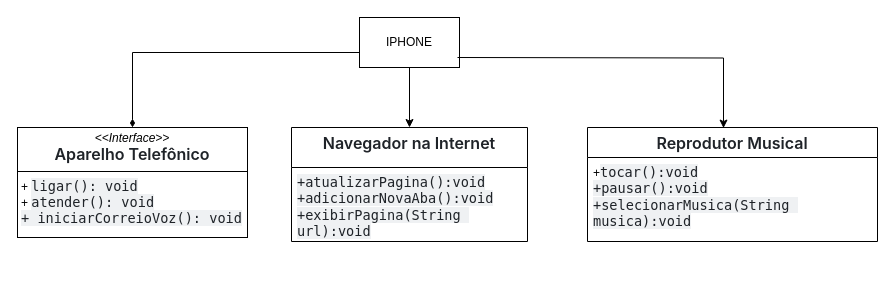
Earlier version of the draw.io diagram poo_iphone.drawio (Gabrieldosanjosdbz/POO-Desafio-iphone). Source tidied: cells renumbered, new cells numbered last; positions are measured from the earlier drawing's top-left corner, leaving out a move shared by most shapes. Both pictures are drawn from the tidied source at 100%, with x=0, y=0 at pixel (17, 17).
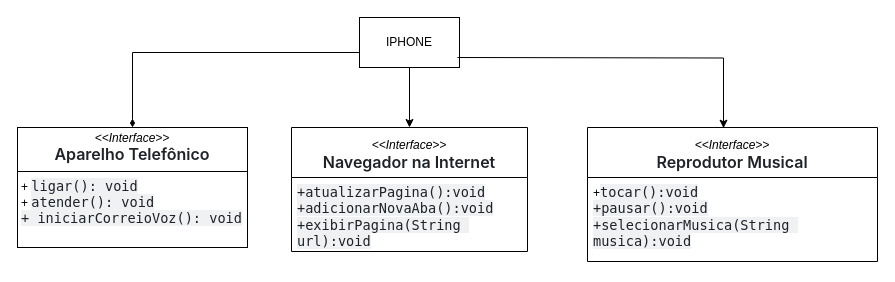
Above is the later version.

Diff of the diagram source:
```diff
@@
 <mxGraphModel>
   <root>
     <mxCell id="0" />
     <mxCell id="1" parent="0" />
     <mxCell id="2" style="edgeStyle=orthogonalEdgeStyle;rounded=0;jettySize=auto;html=1;entryX=0.5;entryY=0;entryDx=0;entryDy=0;endArrow=diamondThin;endFill=1;" parent="1" edge="1" source="4" target="5">
       <mxGeometry relative="1" as="geometry">
         <Array as="points">
           <mxPoint x="115" y="35" />
         </Array>
       </mxGeometry>
     </mxCell>
     <mxCell id="3" style="edgeStyle=orthogonalEdgeStyle;rounded=0;jettySize=auto;html=1;entryX=0.5;entryY=0;entryDx=0;entryDy=0;" parent="1" edge="1" source="4" target="6">
       <mxGeometry relative="1" as="geometry" />
     </mxCell>
     <mxCell id="4" value="IPHONE" style="html=1;whiteSpace=wrap;" parent="1" vertex="1">
       <mxGeometry x="342" width="100" height="50" as="geometry" />
     </mxCell>
     <mxCell id="5" value="&lt;p style=&quot;margin:0px;margin-top:4px;text-align:center;&quot;&gt;&lt;i&gt;&amp;lt;&amp;lt;Interface&amp;gt;&amp;gt;&lt;/i&gt;&lt;br&gt;&lt;span style=&quot;box-sizing: border-box; font-weight: var(--base-text-weight-semibold, 600); color: rgb(31, 35, 40); font-family: -apple-system, BlinkMacSystemFont, &amp;quot;Segoe UI&amp;quot;, &amp;quot;Noto Sans&amp;quot;, Helvetica, Arial, sans-serif, &amp;quot;Apple Color Emoji&amp;quot;, &amp;quot;Segoe UI Emoji&amp;quot;; font-size: 16px; text-align: left; background-color: rgb(255, 255, 255);&quot;&gt;Aparelho Telefônico&lt;/span&gt;&lt;span style=&quot;color: rgb(31, 35, 40); font-family: -apple-system, BlinkMacSystemFont, &amp;quot;Segoe UI&amp;quot;, &amp;quot;Noto Sans&amp;quot;, Helvetica, Arial, sans-serif, &amp;quot;Apple Color Emoji&amp;quot;, &amp;quot;Segoe UI Emoji&amp;quot;; font-size: 16px; text-align: left; background-color: rgb(255, 255, 255);&quot;&gt;&lt;/span&gt;&lt;/p&gt;&lt;ul style=&quot;box-sizing: border-box; padding-left: 2em; margin-top: 0px; margin-bottom: 0px; color: rgb(31, 35, 40); font-family: -apple-system, BlinkMacSystemFont, &amp;quot;Segoe UI&amp;quot;, &amp;quot;Noto Sans&amp;quot;, Helvetica, Arial, sans-serif, &amp;quot;Apple Color Emoji&amp;quot;, &amp;quot;Segoe UI Emoji&amp;quot;; font-size: 16px; background-color: rgb(255, 255, 255);&quot; dir=&quot;auto&quot;&gt;&lt;/ul&gt;&lt;hr size=&quot;1&quot; style=&quot;border-style:solid;&quot;&gt;&lt;p style=&quot;margin:0px;margin-left:4px;&quot;&gt;+&amp;nbsp;&lt;span style=&quot;color: rgb(31, 35, 40); font-family: ui-monospace, SFMono-Regular, &amp;quot;SF Mono&amp;quot;, Menlo, Consolas, &amp;quot;Liberation Mono&amp;quot;, monospace; font-size: 13.6px; white-space-collapse: break-spaces; background-color: rgba(175, 184, 193, 0.2);&quot;&gt;ligar(): void&lt;/span&gt;&lt;br&gt;+&amp;nbsp;&lt;span style=&quot;background-color: rgba(175, 184, 193, 0.2); color: rgb(31, 35, 40); font-family: ui-monospace, SFMono-Regular, &amp;quot;SF Mono&amp;quot;, Menlo, Consolas, &amp;quot;Liberation Mono&amp;quot;, monospace; font-size: 13.6px; white-space-collapse: break-spaces;&quot;&gt;atender(): void&lt;/span&gt;&lt;/p&gt;&lt;p style=&quot;margin:0px;margin-left:4px;&quot;&gt;&lt;span style=&quot;background-color: rgba(175, 184, 193, 0.2); color: rgb(31, 35, 40); font-family: ui-monospace, SFMono-Regular, &amp;quot;SF Mono&amp;quot;, Menlo, Consolas, &amp;quot;Liberation Mono&amp;quot;, monospace; font-size: 13.6px; white-space-collapse: break-spaces;&quot;&gt;+ &lt;/span&gt;&lt;span style=&quot;background-color: rgba(175, 184, 193, 0.2); color: rgb(31, 35, 40); font-family: ui-monospace, SFMono-Regular, &amp;quot;SF Mono&amp;quot;, Menlo, Consolas, &amp;quot;Liberation Mono&amp;quot;, monospace; font-size: 13.6px; white-space-collapse: break-spaces;&quot;&gt;iniciarCorreioVoz(): void&lt;/span&gt;&lt;/p&gt;" style="verticalAlign=top;align=left;overflow=fill;html=1;whiteSpace=wrap;" parent="1" vertex="1">
-      <mxGeometry y="110" width="230" height="110" as="geometry" />
+      <mxGeometry y="110" width="230" height="120" as="geometry" />
     </mxCell>
-    <mxCell id="6" value="&lt;div&gt;&lt;span style=&quot;background-color: rgb(255, 255, 255); color: rgb(31, 35, 40); font-family: -apple-system, BlinkMacSystemFont, &amp;quot;Segoe UI&amp;quot;, &amp;quot;Noto Sans&amp;quot;, Helvetica, Arial, sans-serif, &amp;quot;Apple Color Emoji&amp;quot;, &amp;quot;Segoe UI Emoji&amp;quot;; font-size: 16px; font-weight: var(--base-text-weight-semibold, 600); text-align: left;&quot;&gt;Navegador na Internet&lt;/span&gt;&lt;br&gt;&lt;/div&gt;" style="swimlane;fontStyle=1;align=center;verticalAlign=top;horizontal=1;startSize=40;whiteSpace=wrap;html=1;" parent="1" vertex="1">
-      <mxGeometry x="274" y="110" width="236" height="114" as="geometry" />
+    <mxCell id="6" value="&lt;div&gt;&lt;i style=&quot;font-weight: 400;&quot;&gt;&amp;lt;&amp;lt;Interface&amp;gt;&amp;gt;&lt;/i&gt;&lt;span style=&quot;background-color: rgb(255, 255, 255); color: rgb(31, 35, 40); font-family: -apple-system, BlinkMacSystemFont, &amp;quot;Segoe UI&amp;quot;, &amp;quot;Noto Sans&amp;quot;, Helvetica, Arial, sans-serif, &amp;quot;Apple Color Emoji&amp;quot;, &amp;quot;Segoe UI Emoji&amp;quot;; font-size: 16px; font-weight: var(--base-text-weight-semibold, 600); text-align: left;&quot;&gt;&lt;br&gt;&lt;/span&gt;&lt;/div&gt;&lt;div&gt;&lt;span style=&quot;background-color: rgb(255, 255, 255); color: rgb(31, 35, 40); font-family: -apple-system, BlinkMacSystemFont, &amp;quot;Segoe UI&amp;quot;, &amp;quot;Noto Sans&amp;quot;, Helvetica, Arial, sans-serif, &amp;quot;Apple Color Emoji&amp;quot;, &amp;quot;Segoe UI Emoji&amp;quot;; font-size: 16px; font-weight: var(--base-text-weight-semibold, 600); text-align: left;&quot;&gt;Navegador na Internet&lt;/span&gt;&lt;br&gt;&lt;/div&gt;" style="swimlane;fontStyle=1;align=center;verticalAlign=top;horizontal=1;startSize=50;whiteSpace=wrap;html=1;" parent="1" vertex="1">
+      <mxGeometry x="274" y="110" width="236" height="124" as="geometry" />
     </mxCell>
     <mxCell id="7" value="&lt;span style=&quot;color: rgb(31, 35, 40); font-family: ui-monospace, SFMono-Regular, &amp;quot;SF Mono&amp;quot;, Menlo, Consolas, &amp;quot;Liberation Mono&amp;quot;, monospace; font-size: 13.6px; white-space-collapse: break-spaces; background-color: rgba(175, 184, 193, 0.2);&quot;&gt;+atualizarPagina():void&lt;/span&gt;&lt;div&gt;&lt;span style=&quot;color: rgb(31, 35, 40); font-family: ui-monospace, SFMono-Regular, &amp;quot;SF Mono&amp;quot;, Menlo, Consolas, &amp;quot;Liberation Mono&amp;quot;, monospace; font-size: 13.6px; white-space-collapse: break-spaces; background-color: rgba(175, 184, 193, 0.2);&quot;&gt;+&lt;/span&gt;&lt;span style=&quot;background-color: rgba(175, 184, 193, 0.2); color: rgb(31, 35, 40); font-family: ui-monospace, SFMono-Regular, &amp;quot;SF Mono&amp;quot;, Menlo, Consolas, &amp;quot;Liberation Mono&amp;quot;, monospace; font-size: 13.6px; white-space-collapse: break-spaces;&quot;&gt;adicionarNovaAba():void&lt;/span&gt;&lt;/div&gt;&lt;div&gt;&lt;span style=&quot;background-color: rgba(175, 184, 193, 0.2); color: rgb(31, 35, 40); font-family: ui-monospace, SFMono-Regular, &amp;quot;SF Mono&amp;quot;, Menlo, Consolas, &amp;quot;Liberation Mono&amp;quot;, monospace; font-size: 13.6px; white-space-collapse: break-spaces;&quot;&gt;+&lt;/span&gt;&lt;span style=&quot;background-color: rgba(175, 184, 193, 0.2); color: rgb(31, 35, 40); font-family: ui-monospace, SFMono-Regular, &amp;quot;SF Mono&amp;quot;, Menlo, Consolas, &amp;quot;Liberation Mono&amp;quot;, monospace; font-size: 13.6px; white-space-collapse: break-spaces;&quot;&gt;exibirPagina(String url):void&lt;/span&gt;&lt;/div&gt;" style="text;strokeColor=none;fillColor=none;align=left;verticalAlign=top;spacingLeft=4;spacingRight=4;overflow=hidden;whiteSpace=wrap;html=1;" parent="6" vertex="1">
-      <mxGeometry y="40" width="236" height="74" as="geometry" />
+      <mxGeometry y="50" width="236" height="74" as="geometry" />
     </mxCell>
-    <mxCell id="8" value="&lt;span style=&quot;box-sizing: border-box; font-weight: var(--base-text-weight-semibold, 600); color: rgb(31, 35, 40); font-family: -apple-system, BlinkMacSystemFont, &amp;quot;Segoe UI&amp;quot;, &amp;quot;Noto Sans&amp;quot;, Helvetica, Arial, sans-serif, &amp;quot;Apple Color Emoji&amp;quot;, &amp;quot;Segoe UI Emoji&amp;quot;; font-size: 16px; text-align: left; background-color: rgb(255, 255, 255);&quot;&gt;Reprodutor Musical&lt;/span&gt;" style="swimlane;fontStyle=1;align=center;verticalAlign=top;horizontal=1;startSize=30;whiteSpace=wrap;html=1;" parent="1" vertex="1">
-      <mxGeometry x="570" y="110" width="290" height="114" as="geometry" />
+    <mxCell id="8" value="&lt;div&gt;&lt;span style=&quot;box-sizing: border-box; font-weight: var(--base-text-weight-semibold, 600); color: rgb(31, 35, 40); font-family: -apple-system, BlinkMacSystemFont, &amp;quot;Segoe UI&amp;quot;, &amp;quot;Noto Sans&amp;quot;, Helvetica, Arial, sans-serif, &amp;quot;Apple Color Emoji&amp;quot;, &amp;quot;Segoe UI Emoji&amp;quot;; font-size: 16px; text-align: left; background-color: rgb(255, 255, 255);&quot;&gt;&lt;i style=&quot;color: rgb(0, 0, 0); font-family: Helvetica; font-size: 12px; font-weight: 400; text-align: center; background-color: rgb(251, 251, 251);&quot;&gt;&amp;lt;&amp;lt;Interface&amp;gt;&amp;gt;&lt;/i&gt;&lt;br&gt;&lt;/span&gt;&lt;/div&gt;&lt;span style=&quot;box-sizing: border-box; font-weight: var(--base-text-weight-semibold, 600); color: rgb(31, 35, 40); font-family: -apple-system, BlinkMacSystemFont, &amp;quot;Segoe UI&amp;quot;, &amp;quot;Noto Sans&amp;quot;, Helvetica, Arial, sans-serif, &amp;quot;Apple Color Emoji&amp;quot;, &amp;quot;Segoe UI Emoji&amp;quot;; font-size: 16px; text-align: left; background-color: rgb(255, 255, 255);&quot;&gt;Reprodutor Musical&lt;/span&gt;" style="swimlane;fontStyle=1;align=center;verticalAlign=top;horizontal=1;startSize=50;whiteSpace=wrap;html=1;" parent="1" vertex="1">
+      <mxGeometry x="570" y="110" width="290" height="134" as="geometry" />
     </mxCell>
     <mxCell id="9" value="+&lt;span style=&quot;color: rgb(31, 35, 40); font-family: ui-monospace, SFMono-Regular, &amp;quot;SF Mono&amp;quot;, Menlo, Consolas, &amp;quot;Liberation Mono&amp;quot;, monospace; font-size: 13.6px; white-space-collapse: break-spaces; background-color: rgba(175, 184, 193, 0.2);&quot;&gt;tocar():void&lt;/span&gt;&lt;div&gt;&lt;span style=&quot;color: rgb(31, 35, 40); font-family: ui-monospace, SFMono-Regular, &amp;quot;SF Mono&amp;quot;, Menlo, Consolas, &amp;quot;Liberation Mono&amp;quot;, monospace; font-size: 13.6px; white-space-collapse: break-spaces; background-color: rgba(175, 184, 193, 0.2);&quot;&gt;+&lt;/span&gt;&lt;span style=&quot;background-color: rgba(175, 184, 193, 0.2); color: rgb(31, 35, 40); font-family: ui-monospace, SFMono-Regular, &amp;quot;SF Mono&amp;quot;, Menlo, Consolas, &amp;quot;Liberation Mono&amp;quot;, monospace; font-size: 13.6px; white-space-collapse: break-spaces;&quot;&gt;pausar():void&lt;/span&gt;&lt;/div&gt;&lt;div&gt;&lt;span style=&quot;background-color: rgba(175, 184, 193, 0.2); color: rgb(31, 35, 40); font-family: ui-monospace, SFMono-Regular, &amp;quot;SF Mono&amp;quot;, Menlo, Consolas, &amp;quot;Liberation Mono&amp;quot;, monospace; font-size: 13.6px; white-space-collapse: break-spaces;&quot;&gt;+&lt;/span&gt;&lt;span style=&quot;background-color: rgba(175, 184, 193, 0.2); color: rgb(31, 35, 40); font-family: ui-monospace, SFMono-Regular, &amp;quot;SF Mono&amp;quot;, Menlo, Consolas, &amp;quot;Liberation Mono&amp;quot;, monospace; font-size: 13.6px; white-space-collapse: break-spaces;&quot;&gt;selecionarMusica(String musica):void&lt;/span&gt;&lt;/div&gt;" style="text;strokeColor=none;fillColor=none;align=left;verticalAlign=top;spacingLeft=4;spacingRight=4;overflow=hidden;whiteSpace=wrap;html=1;" parent="8" vertex="1">
-      <mxGeometry y="30" width="290" height="84" as="geometry" />
+      <mxGeometry y="50" width="290" height="84" as="geometry" />
     </mxCell>
     <mxCell id="10" style="edgeStyle=orthogonalEdgeStyle;rounded=0;jettySize=auto;html=1;entryX=0.469;entryY=0.005;entryDx=0;entryDy=0;entryPerimeter=0;" parent="1" edge="1" target="8">
       <mxGeometry relative="1" as="geometry">
         <mxPoint x="440" y="40" as="sourcePoint" />
       </mxGeometry>
     </mxCell>
   </root>
 </mxGraphModel>
```
